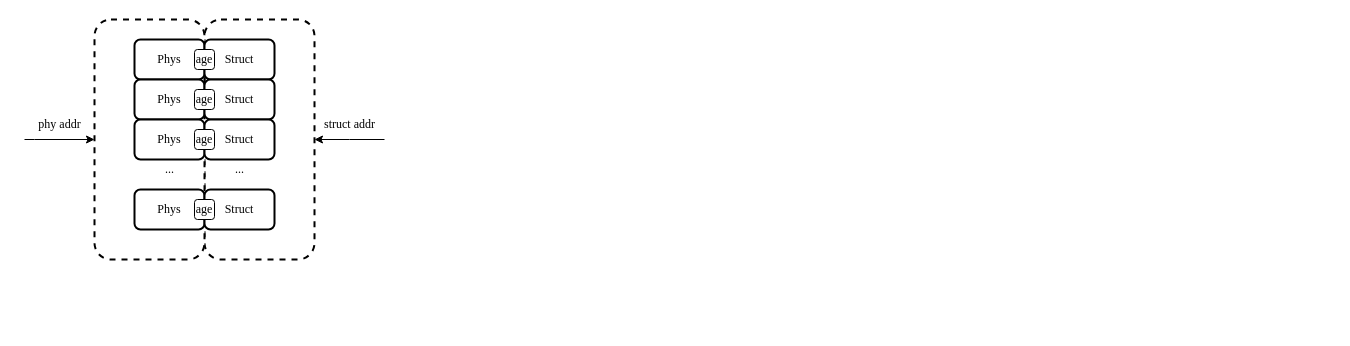
Before: page "Page-5" (5 of 5) of paper Diagram.drawio in miaochenlu/Draw, a draw.io diagram. Source tidied: cells renumbered, new cells numbered last; positions are measured from the earlier drawing's top-left corner, leaving out a move shared by most shapes. Both pictures are drawn from the tidied source at 100%, with x=0, y=0 at pixel (24, 19).
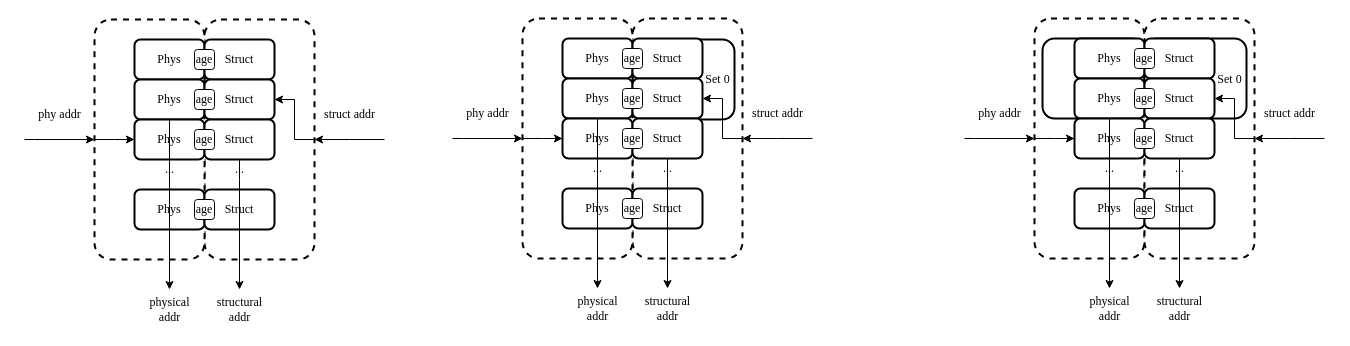
The same diagram, later.

Unchanged cells that the change refers to:
```xml
<mxCell id="3" style="rounded=1;whiteSpace=wrap;html=1;strokeWidth=2;fontFamily=Times New Roman;dashed=1;" parent="1" vertex="1">
  <mxGeometry x="180" width="110" height="240" as="geometry" />
</mxCell>
<mxCell id="5" style="rounded=1;whiteSpace=wrap;html=1;strokeWidth=2;fontFamily=Times New Roman;dashed=1;" parent="1" vertex="1">
  <mxGeometry x="70" width="110" height="240" as="geometry" />
</mxCell>
<mxCell id="8" value="Phys" style="rounded=1;whiteSpace=wrap;html=1;strokeWidth=2;fontFamily=Times New Roman;" parent="1" vertex="1">
  <mxGeometry x="110" y="60" width="70" height="40" as="geometry" />
</mxCell>
<mxCell id="9" value="Phys" style="rounded=1;whiteSpace=wrap;html=1;strokeWidth=2;fontFamily=Times New Roman;" parent="1" vertex="1">
  <mxGeometry x="110" y="100" width="70" height="40" as="geometry" />
</mxCell>
<mxCell id="10" value="Struct" style="rounded=1;whiteSpace=wrap;html=1;strokeWidth=2;fontFamily=Times New Roman;" parent="1" vertex="1">
  <mxGeometry x="180" y="60" width="70" height="40" as="geometry" />
</mxCell>
```

Diff of the diagram source:
```diff
@@
+    <mxCell id="22" style="rounded=1;whiteSpace=wrap;html=1;strokeWidth=2;fontFamily=Times New Roman;dashed=1;" parent="1" vertex="1">
+      <mxGeometry x="1010" y="-1" width="110" height="240" as="geometry" />
+    </mxCell>
+    <mxCell id="23" style="rounded=1;whiteSpace=wrap;html=1;strokeWidth=2;fontFamily=Times New Roman;" parent="1" vertex="1">
+      <mxGeometry x="1018" y="19" width="102" height="80" as="geometry" />
+    </mxCell>
+    <mxCell id="24" style="rounded=1;whiteSpace=wrap;html=1;strokeWidth=2;fontFamily=Times New Roman;dashed=1;" parent="1" vertex="1">
+      <mxGeometry x="608" y="-1" width="110" height="240" as="geometry" />
+    </mxCell>
+    <mxCell id="25" style="rounded=1;whiteSpace=wrap;html=1;strokeWidth=2;fontFamily=Times New Roman;" parent="1" vertex="1">
+      <mxGeometry x="608" y="20" width="102" height="80" as="geometry" />
+    </mxCell>
@@
     <mxCell id="12" value="phy addr" style="text;html=1;align=center;verticalAlign=middle;strokeColor=none;fillColor=none;fontFamily=Times New Roman;fontColor=#000000;" parent="1" vertex="1">
-      <mxGeometry y="90" width="70" height="30" as="geometry" />
+      <mxGeometry y="80" width="70" height="30" as="geometry" />
     </mxCell>
     <mxCell id="13" value="struct addr" style="text;html=1;align=center;verticalAlign=middle;strokeColor=none;fillColor=none;fontFamily=Times New Roman;fontColor=#000000;" parent="1" vertex="1">
-      <mxGeometry x="290" y="90" width="70" height="30" as="geometry" />
+      <mxGeometry x="290" y="80" width="70" height="30" as="geometry" />
     </mxCell>
@@
+    <mxCell id="26" style="edgeStyle=orthogonalEdgeStyle;rounded=0;jettySize=auto;html=1;exitX=0;exitY=0.5;exitDx=0;exitDy=0;fontFamily=Times New Roman;fontColor=#000000;startArrow=classic;startFill=1;endArrow=none;endFill=0;entryX=0;entryY=0.5;entryDx=0;entryDy=0;" parent="1" edge="1" source="9" target="5">
+      <mxGeometry relative="1" as="geometry">
+        <Array as="points">
+          <mxPoint x="90" y="120" />
+          <mxPoint x="90" y="120" />
+        </Array>
+      </mxGeometry>
+    </mxCell>
+    <mxCell id="27" style="edgeStyle=orthogonalEdgeStyle;rounded=0;jettySize=auto;html=1;exitX=1;exitY=0.5;exitDx=0;exitDy=0;fontFamily=Times New Roman;fontColor=#000000;startArrow=classic;startFill=1;endArrow=none;endFill=0;entryX=1;entryY=0.5;entryDx=0;entryDy=0;" parent="1" edge="1" source="10" target="3">
+      <mxGeometry relative="1" as="geometry">
+        <Array as="points">
+          <mxPoint x="270" y="80" />
+          <mxPoint x="270" y="120" />
+        </Array>
+      </mxGeometry>
+    </mxCell>
+    <mxCell id="28" style="edgeStyle=orthogonalEdgeStyle;rounded=0;orthogonalLoop=1;jettySize=auto;html=1;strokeWidth=1;fontFamily=Times New Roman;fontColor=#000000;startArrow=none;startFill=0;endArrow=classic;endFill=1;" parent="1" edge="1">
+      <mxGeometry relative="1" as="geometry">
+        <mxPoint x="215" y="140" as="sourcePoint" />
+        <mxPoint x="215" y="270" as="targetPoint" />
+        <Array as="points">
+          <mxPoint x="215" y="160" />
+          <mxPoint x="215" y="160" />
+        </Array>
+      </mxGeometry>
+    </mxCell>
+    <mxCell id="29" style="edgeStyle=orthogonalEdgeStyle;rounded=0;jettySize=auto;html=1;exitX=0.5;exitY=1;exitDx=0;exitDy=0;strokeWidth=1;fontFamily=Times New Roman;fontColor=#000000;startArrow=none;startFill=0;endArrow=classic;endFill=1;" parent="1" edge="1" source="8">
+      <mxGeometry relative="1" as="geometry">
+        <mxPoint x="145" y="270" as="targetPoint" />
+      </mxGeometry>
+    </mxCell>
+    <mxCell id="30" value="physical &lt;br&gt;addr" style="text;html=1;align=center;verticalAlign=middle;strokeColor=none;fillColor=none;fontFamily=Times New Roman;fontColor=#000000;" parent="1" vertex="1">
+      <mxGeometry x="115" y="270" width="60" height="40" as="geometry" />
+    </mxCell>
+    <mxCell id="31" value="structural&lt;br&gt;addr" style="text;html=1;align=center;verticalAlign=middle;strokeColor=none;fillColor=none;fontFamily=Times New Roman;fontColor=#000000;" parent="1" vertex="1">
+      <mxGeometry x="180" y="270" width="70" height="40" as="geometry" />
+    </mxCell>
+    <mxCell id="32" style="edgeStyle=orthogonalEdgeStyle;rounded=0;jettySize=auto;html=1;exitX=1;exitY=0.5;exitDx=0;exitDy=0;fontFamily=Times New Roman;fontColor=#000000;startArrow=classic;startFill=1;endArrow=none;endFill=0;" parent="1" edge="1" source="24">
+      <mxGeometry relative="1" as="geometry">
+        <mxPoint x="788" y="119" as="targetPoint" />
+      </mxGeometry>
+    </mxCell>
+    <mxCell id="33" style="edgeStyle=orthogonalEdgeStyle;rounded=0;jettySize=auto;html=1;exitX=0;exitY=0.5;exitDx=0;exitDy=0;fontFamily=Times New Roman;fontColor=#000000;startArrow=classic;startFill=1;endArrow=none;endFill=0;" parent="1" edge="1" source="34">
+      <mxGeometry relative="1" as="geometry">
+        <mxPoint x="428" y="119" as="targetPoint" />
+        <Array as="points">
+          <mxPoint x="438" y="119" />
+          <mxPoint x="438" y="119" />
+        </Array>
+      </mxGeometry>
+    </mxCell>
+    <mxCell id="34" style="rounded=1;whiteSpace=wrap;html=1;strokeWidth=2;fontFamily=Times New Roman;dashed=1;" parent="1" vertex="1">
+      <mxGeometry x="498" y="-1" width="110" height="240" as="geometry" />
+    </mxCell>
+    <mxCell id="35" value="Phys" style="rounded=1;whiteSpace=wrap;html=1;strokeWidth=2;fontFamily=Times New Roman;" parent="1" vertex="1">
+      <mxGeometry x="538" y="19" width="70" height="40" as="geometry" />
+    </mxCell>
+    <mxCell id="36" value="Struct" style="rounded=1;whiteSpace=wrap;html=1;strokeWidth=2;fontFamily=Times New Roman;" parent="1" vertex="1">
+      <mxGeometry x="608" y="19" width="70" height="40" as="geometry" />
+    </mxCell>
+    <mxCell id="37" value="Phys" style="rounded=1;whiteSpace=wrap;html=1;strokeWidth=2;fontFamily=Times New Roman;" parent="1" vertex="1">
+      <mxGeometry x="538" y="59" width="70" height="40" as="geometry" />
+    </mxCell>
+    <mxCell id="38" value="Phys" style="rounded=1;whiteSpace=wrap;html=1;strokeWidth=2;fontFamily=Times New Roman;" parent="1" vertex="1">
+      <mxGeometry x="538" y="99" width="70" height="40" as="geometry" />
+    </mxCell>
+    <mxCell id="39" value="Struct" style="rounded=1;whiteSpace=wrap;html=1;strokeWidth=2;fontFamily=Times New Roman;" parent="1" vertex="1">
+      <mxGeometry x="608" y="59" width="70" height="40" as="geometry" />
+    </mxCell>
+    <mxCell id="40" value="Struct" style="rounded=1;whiteSpace=wrap;html=1;strokeWidth=2;fontFamily=Times New Roman;" parent="1" vertex="1">
+      <mxGeometry x="608" y="99" width="70" height="40" as="geometry" />
+    </mxCell>
+    <mxCell id="41" value="phy addr" style="text;html=1;align=center;verticalAlign=middle;strokeColor=none;fillColor=none;fontFamily=Times New Roman;fontColor=#000000;" parent="1" vertex="1">
+      <mxGeometry x="428" y="79" width="70" height="30" as="geometry" />
+    </mxCell>
+    <mxCell id="42" value="struct addr" style="text;html=1;align=center;verticalAlign=middle;strokeColor=none;fillColor=none;fontFamily=Times New Roman;fontColor=#000000;" parent="1" vertex="1">
+      <mxGeometry x="718" y="79" width="70" height="30" as="geometry" />
+    </mxCell>
+    <mxCell id="43" value="Phys" style="rounded=1;whiteSpace=wrap;html=1;strokeWidth=2;fontFamily=Times New Roman;" parent="1" vertex="1">
+      <mxGeometry x="538" y="169" width="70" height="40" as="geometry" />
+    </mxCell>
+    <mxCell id="44" value="Struct" style="rounded=1;whiteSpace=wrap;html=1;strokeWidth=2;fontFamily=Times New Roman;" parent="1" vertex="1">
+      <mxGeometry x="608" y="169" width="70" height="40" as="geometry" />
+    </mxCell>
+    <mxCell id="45" value="..." style="text;html=1;align=center;verticalAlign=middle;strokeColor=none;fillColor=none;fontFamily=Times New Roman;fontColor=#000000;" parent="1" vertex="1">
+      <mxGeometry x="558" y="134" width="30" height="30" as="geometry" />
+    </mxCell>
+    <mxCell id="46" value="..." style="text;html=1;align=center;verticalAlign=middle;strokeColor=none;fillColor=none;fontFamily=Times New Roman;fontColor=#000000;" parent="1" vertex="1">
+      <mxGeometry x="628" y="134" width="30" height="30" as="geometry" />
+    </mxCell>
+    <mxCell id="47" value="age" style="rounded=1;whiteSpace=wrap;html=1;strokeWidth=1;fontFamily=Times New Roman;" parent="1" vertex="1">
+      <mxGeometry x="598" y="29" width="20" height="20" as="geometry" />
+    </mxCell>
+    <mxCell id="48" value="age" style="rounded=1;whiteSpace=wrap;html=1;strokeWidth=1;fontFamily=Times New Roman;" parent="1" vertex="1">
+      <mxGeometry x="598" y="69" width="20" height="20" as="geometry" />
+    </mxCell>
+    <mxCell id="49" value="age" style="rounded=1;whiteSpace=wrap;html=1;strokeWidth=1;fontFamily=Times New Roman;" parent="1" vertex="1">
+      <mxGeometry x="598" y="109" width="20" height="20" as="geometry" />
+    </mxCell>
+    <mxCell id="50" value="age" style="rounded=1;whiteSpace=wrap;html=1;strokeWidth=1;fontFamily=Times New Roman;" parent="1" vertex="1">
+      <mxGeometry x="598" y="179" width="20" height="20" as="geometry" />
+    </mxCell>
+    <mxCell id="51" style="edgeStyle=orthogonalEdgeStyle;rounded=0;jettySize=auto;html=1;exitX=0;exitY=0.5;exitDx=0;exitDy=0;fontFamily=Times New Roman;fontColor=#000000;startArrow=classic;startFill=1;endArrow=none;endFill=0;entryX=0;entryY=0.5;entryDx=0;entryDy=0;" parent="1" edge="1" source="38" target="34">
+      <mxGeometry relative="1" as="geometry">
+        <Array as="points">
+          <mxPoint x="518" y="119" />
+          <mxPoint x="518" y="119" />
+        </Array>
+      </mxGeometry>
+    </mxCell>
+    <mxCell id="52" style="edgeStyle=orthogonalEdgeStyle;rounded=0;jettySize=auto;html=1;exitX=1;exitY=0.5;exitDx=0;exitDy=0;fontFamily=Times New Roman;fontColor=#000000;startArrow=classic;startFill=1;endArrow=none;endFill=0;entryX=1;entryY=0.5;entryDx=0;entryDy=0;" parent="1" edge="1" source="39" target="24">
+      <mxGeometry relative="1" as="geometry">
+        <Array as="points">
+          <mxPoint x="698" y="79" />
+          <mxPoint x="698" y="119" />
+        </Array>
+      </mxGeometry>
+    </mxCell>
+    <mxCell id="53" style="edgeStyle=orthogonalEdgeStyle;rounded=0;orthogonalLoop=1;jettySize=auto;html=1;strokeWidth=1;fontFamily=Times New Roman;fontColor=#000000;startArrow=none;startFill=0;endArrow=classic;endFill=1;" parent="1" edge="1">
+      <mxGeometry relative="1" as="geometry">
+        <mxPoint x="643" y="139" as="sourcePoint" />
+        <mxPoint x="643" y="269" as="targetPoint" />
+        <Array as="points">
+          <mxPoint x="643" y="159" />
+          <mxPoint x="643" y="159" />
+        </Array>
+      </mxGeometry>
+    </mxCell>
+    <mxCell id="54" style="edgeStyle=orthogonalEdgeStyle;rounded=0;jettySize=auto;html=1;exitX=0.5;exitY=1;exitDx=0;exitDy=0;strokeWidth=1;fontFamily=Times New Roman;fontColor=#000000;startArrow=none;startFill=0;endArrow=classic;endFill=1;" parent="1" edge="1" source="37">
+      <mxGeometry relative="1" as="geometry">
+        <mxPoint x="573" y="269" as="targetPoint" />
+      </mxGeometry>
+    </mxCell>
+    <mxCell id="55" value="physical &lt;br&gt;addr" style="text;html=1;align=center;verticalAlign=middle;strokeColor=none;fillColor=none;fontFamily=Times New Roman;fontColor=#000000;" parent="1" vertex="1">
+      <mxGeometry x="543" y="269" width="60" height="40" as="geometry" />
+    </mxCell>
+    <mxCell id="56" value="structural&lt;br&gt;addr" style="text;html=1;align=center;verticalAlign=middle;strokeColor=none;fillColor=none;fontFamily=Times New Roman;fontColor=#000000;" parent="1" vertex="1">
+      <mxGeometry x="608" y="269" width="70" height="40" as="geometry" />
+    </mxCell>
+    <mxCell id="57" value="Set 0" style="text;html=1;align=center;verticalAlign=middle;strokeColor=none;fillColor=none;fontFamily=Times New Roman;fontColor=#000000;" parent="1" vertex="1">
+      <mxGeometry x="668" y="45" width="50" height="30" as="geometry" />
+    </mxCell>
+    <mxCell id="58" style="rounded=1;whiteSpace=wrap;html=1;strokeWidth=2;fontFamily=Times New Roman;dashed=1;" parent="1" vertex="1">
+      <mxGeometry x="1120" y="-1" width="110" height="240" as="geometry" />
+    </mxCell>
+    <mxCell id="59" style="rounded=1;whiteSpace=wrap;html=1;strokeWidth=2;fontFamily=Times New Roman;" parent="1" vertex="1">
+      <mxGeometry x="1120" y="19" width="102" height="80" as="geometry" />
+    </mxCell>
+    <mxCell id="60" style="edgeStyle=orthogonalEdgeStyle;rounded=0;jettySize=auto;html=1;exitX=1;exitY=0.5;exitDx=0;exitDy=0;fontFamily=Times New Roman;fontColor=#000000;startArrow=classic;startFill=1;endArrow=none;endFill=0;" parent="1" edge="1" source="58">
+      <mxGeometry relative="1" as="geometry">
+        <mxPoint x="1300" y="119" as="targetPoint" />
+      </mxGeometry>
+    </mxCell>
+    <mxCell id="61" style="edgeStyle=orthogonalEdgeStyle;rounded=0;jettySize=auto;html=1;exitX=0;exitY=0.5;exitDx=0;exitDy=0;fontFamily=Times New Roman;fontColor=#000000;startArrow=classic;startFill=1;endArrow=none;endFill=0;" parent="1" edge="1" source="22">
+      <mxGeometry relative="1" as="geometry">
+        <mxPoint x="940" y="119" as="targetPoint" />
+        <Array as="points">
+          <mxPoint x="950" y="119" />
+          <mxPoint x="950" y="119" />
+        </Array>
+      </mxGeometry>
+    </mxCell>
+    <mxCell id="62" value="Phys" style="rounded=1;whiteSpace=wrap;html=1;strokeWidth=2;fontFamily=Times New Roman;" parent="1" vertex="1">
+      <mxGeometry x="1050" y="19" width="70" height="40" as="geometry" />
+    </mxCell>
+    <mxCell id="63" value="Struct" style="rounded=1;whiteSpace=wrap;html=1;strokeWidth=2;fontFamily=Times New Roman;" parent="1" vertex="1">
+      <mxGeometry x="1120" y="19" width="70" height="40" as="geometry" />
+    </mxCell>
+    <mxCell id="64" value="Phys" style="rounded=1;whiteSpace=wrap;html=1;strokeWidth=2;fontFamily=Times New Roman;" parent="1" vertex="1">
+      <mxGeometry x="1050" y="59" width="70" height="40" as="geometry" />
+    </mxCell>
+    <mxCell id="65" value="Phys" style="rounded=1;whiteSpace=wrap;html=1;strokeWidth=2;fontFamily=Times New Roman;" parent="1" vertex="1">
+      <mxGeometry x="1050" y="99" width="70" height="40" as="geometry" />
+    </mxCell>
+    <mxCell id="66" value="Struct" style="rounded=1;whiteSpace=wrap;html=1;strokeWidth=2;fontFamily=Times New Roman;" parent="1" vertex="1">
+      <mxGeometry x="1120" y="59" width="70" height="40" as="geometry" />
+    </mxCell>
+    <mxCell id="67" value="Struct" style="rounded=1;whiteSpace=wrap;html=1;strokeWidth=2;fontFamily=Times New Roman;" parent="1" vertex="1">
+      <mxGeometry x="1120" y="99" width="70" height="40" as="geometry" />
+    </mxCell>
+    <mxCell id="68" value="phy addr" style="text;html=1;align=center;verticalAlign=middle;strokeColor=none;fillColor=none;fontFamily=Times New Roman;fontColor=#000000;" parent="1" vertex="1">
+      <mxGeometry x="940" y="79" width="70" height="30" as="geometry" />
+    </mxCell>
+    <mxCell id="69" value="struct addr" style="text;html=1;align=center;verticalAlign=middle;strokeColor=none;fillColor=none;fontFamily=Times New Roman;fontColor=#000000;" parent="1" vertex="1">
+      <mxGeometry x="1230" y="79" width="70" height="30" as="geometry" />
+    </mxCell>
+    <mxCell id="70" value="Phys" style="rounded=1;whiteSpace=wrap;html=1;strokeWidth=2;fontFamily=Times New Roman;" parent="1" vertex="1">
+      <mxGeometry x="1050" y="169" width="70" height="40" as="geometry" />
+    </mxCell>
+    <mxCell id="71" value="Struct" style="rounded=1;whiteSpace=wrap;html=1;strokeWidth=2;fontFamily=Times New Roman;" parent="1" vertex="1">
+      <mxGeometry x="1120" y="169" width="70" height="40" as="geometry" />
+    </mxCell>
+    <mxCell id="72" value="..." style="text;html=1;align=center;verticalAlign=middle;strokeColor=none;fillColor=none;fontFamily=Times New Roman;fontColor=#000000;" parent="1" vertex="1">
+      <mxGeometry x="1070" y="134" width="30" height="30" as="geometry" />
+    </mxCell>
+    <mxCell id="73" value="..." style="text;html=1;align=center;verticalAlign=middle;strokeColor=none;fillColor=none;fontFamily=Times New Roman;fontColor=#000000;" parent="1" vertex="1">
+      <mxGeometry x="1140" y="134" width="30" height="30" as="geometry" />
+    </mxCell>
+    <mxCell id="74" value="age" style="rounded=1;whiteSpace=wrap;html=1;strokeWidth=1;fontFamily=Times New Roman;" parent="1" vertex="1">
+      <mxGeometry x="1110" y="29" width="20" height="20" as="geometry" />
+    </mxCell>
+    <mxCell id="75" value="age" style="rounded=1;whiteSpace=wrap;html=1;strokeWidth=1;fontFamily=Times New Roman;" parent="1" vertex="1">
+      <mxGeometry x="1110" y="69" width="20" height="20" as="geometry" />
+    </mxCell>
+    <mxCell id="76" value="age" style="rounded=1;whiteSpace=wrap;html=1;strokeWidth=1;fontFamily=Times New Roman;" parent="1" vertex="1">
+      <mxGeometry x="1110" y="109" width="20" height="20" as="geometry" />
+    </mxCell>
+    <mxCell id="77" value="age" style="rounded=1;whiteSpace=wrap;html=1;strokeWidth=1;fontFamily=Times New Roman;" parent="1" vertex="1">
+      <mxGeometry x="1110" y="179" width="20" height="20" as="geometry" />
+    </mxCell>
+    <mxCell id="78" style="edgeStyle=orthogonalEdgeStyle;rounded=0;jettySize=auto;html=1;exitX=0;exitY=0.5;exitDx=0;exitDy=0;fontFamily=Times New Roman;fontColor=#000000;startArrow=classic;startFill=1;endArrow=none;endFill=0;entryX=0;entryY=0.5;entryDx=0;entryDy=0;" parent="1" edge="1" source="65" target="22">
+      <mxGeometry relative="1" as="geometry">
+        <Array as="points">
+          <mxPoint x="1030" y="119" />
+          <mxPoint x="1030" y="119" />
+        </Array>
+      </mxGeometry>
+    </mxCell>
+    <mxCell id="79" style="edgeStyle=orthogonalEdgeStyle;rounded=0;jettySize=auto;html=1;exitX=1;exitY=0.5;exitDx=0;exitDy=0;fontFamily=Times New Roman;fontColor=#000000;startArrow=classic;startFill=1;endArrow=none;endFill=0;entryX=1;entryY=0.5;entryDx=0;entryDy=0;" parent="1" edge="1" source="66" target="58">
+      <mxGeometry relative="1" as="geometry">
+        <Array as="points">
+          <mxPoint x="1210" y="79" />
+          <mxPoint x="1210" y="119" />
+        </Array>
+      </mxGeometry>
+    </mxCell>
+    <mxCell id="80" style="edgeStyle=orthogonalEdgeStyle;rounded=0;orthogonalLoop=1;jettySize=auto;html=1;strokeWidth=1;fontFamily=Times New Roman;fontColor=#000000;startArrow=none;startFill=0;endArrow=classic;endFill=1;" parent="1" edge="1">
+      <mxGeometry relative="1" as="geometry">
+        <mxPoint x="1155" y="139" as="sourcePoint" />
+        <mxPoint x="1155" y="269" as="targetPoint" />
+        <Array as="points">
+          <mxPoint x="1155" y="159" />
+          <mxPoint x="1155" y="159" />
+        </Array>
+      </mxGeometry>
+    </mxCell>
+    <mxCell id="81" style="edgeStyle=orthogonalEdgeStyle;rounded=0;jettySize=auto;html=1;exitX=0.5;exitY=1;exitDx=0;exitDy=0;strokeWidth=1;fontFamily=Times New Roman;fontColor=#000000;startArrow=none;startFill=0;endArrow=classic;endFill=1;" parent="1" edge="1" source="64">
+      <mxGeometry relative="1" as="geometry">
+        <mxPoint x="1085" y="269" as="targetPoint" />
+      </mxGeometry>
+    </mxCell>
+    <mxCell id="82" value="physical &lt;br&gt;addr" style="text;html=1;align=center;verticalAlign=middle;strokeColor=none;fillColor=none;fontFamily=Times New Roman;fontColor=#000000;" parent="1" vertex="1">
+      <mxGeometry x="1055" y="269" width="60" height="40" as="geometry" />
+    </mxCell>
+    <mxCell id="83" value="structural&lt;br&gt;addr" style="text;html=1;align=center;verticalAlign=middle;strokeColor=none;fillColor=none;fontFamily=Times New Roman;fontColor=#000000;" parent="1" vertex="1">
+      <mxGeometry x="1120" y="269" width="70" height="40" as="geometry" />
+    </mxCell>
+    <mxCell id="84" value="Set 0" style="text;html=1;align=center;verticalAlign=middle;strokeColor=none;fillColor=none;fontFamily=Times New Roman;fontColor=#000000;" parent="1" vertex="1">
+      <mxGeometry x="1180" y="45" width="50" height="30" as="geometry" />
+    </mxCell>
```
